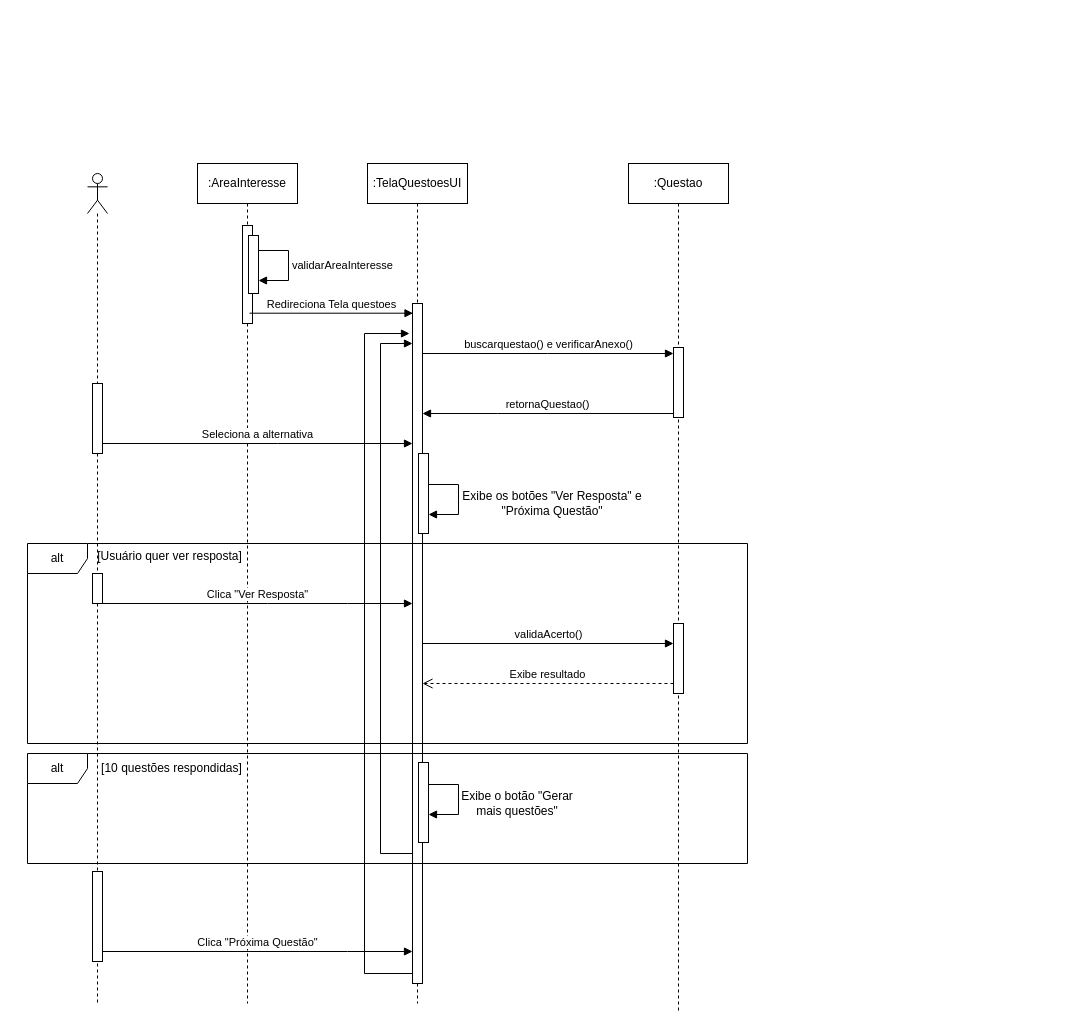
augustorazani/QENEM-UML-Diagram keeps this draw.io diagram as Diagrama sem nome.drawio. Above is the earlier version. Source tidied: cells renumbered, new cells numbered last; positions are measured from the earlier drawing's top-left corner, leaving out a move shared by most shapes. Both pictures are drawn from the tidied source at 100%, with x=0, y=0 at pixel (27, 163).
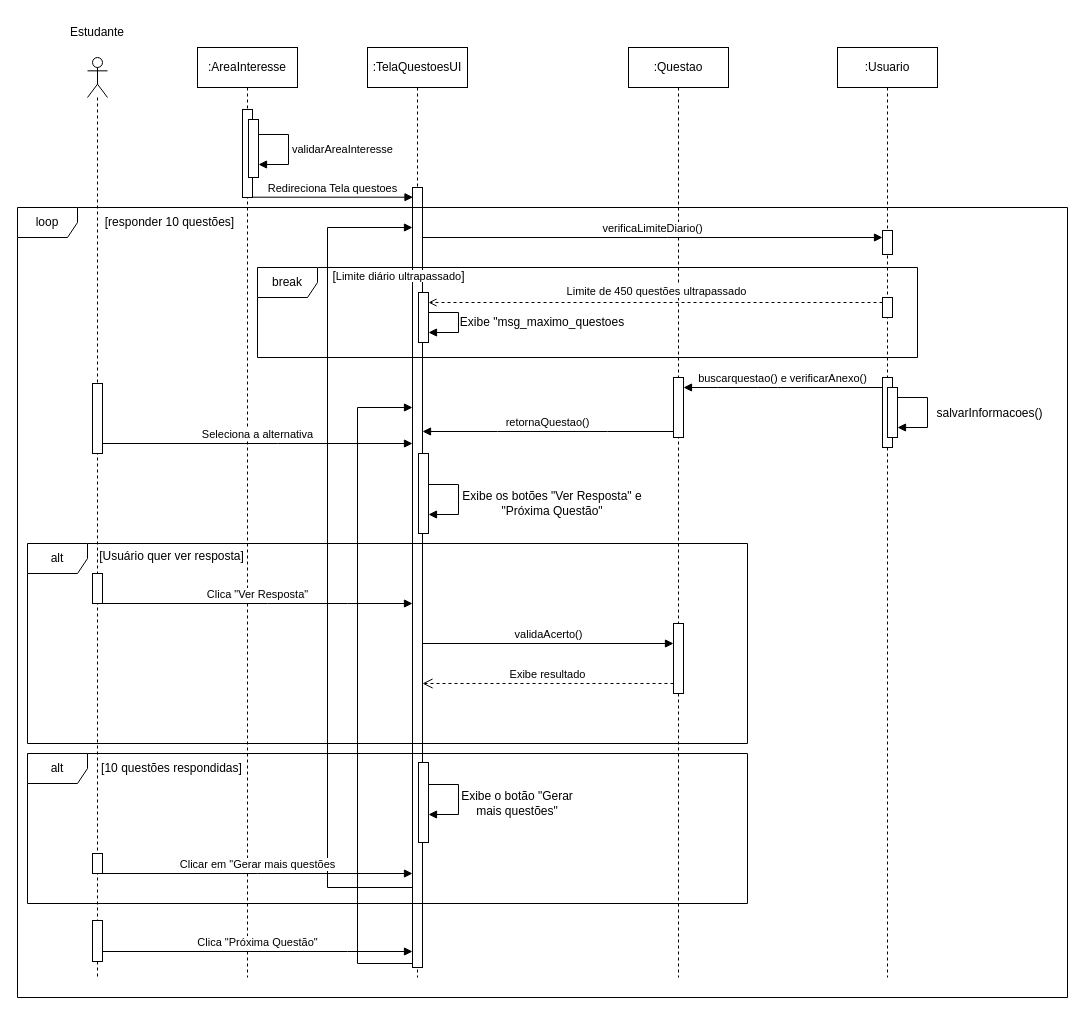
The same diagram, later.

The change refers to these unchanged cells:
```xml
<mxCell id="23" style="html=1;points=[[0,0,0,0,5],[0,1,0,0,-5],[1,0,0,0,5],[1,1,0,0,-5]];perimeter=orthogonalPerimeter;outlineConnect=0;targetShapes=umlLifeline;portConstraint=eastwest;newEdgeStyle={&quot;curved&quot;:0,&quot;rounded&quot;:0};" parent="1" vertex="1">
  <mxGeometry x="65" y="410" width="10" height="30" as="geometry" />
</mxCell>
<mxCell id="26" style="html=1;points=[[0,0,0,0,5],[0,1,0,0,-5],[1,0,0,0,5],[1,1,0,0,-5]];perimeter=orthogonalPerimeter;outlineConnect=0;targetShapes=umlLifeline;portConstraint=eastwest;newEdgeStyle={&quot;curved&quot;:0,&quot;rounded&quot;:0};" parent="1" vertex="1">
  <mxGeometry x="646" y="460" width="10" height="70" as="geometry" />
</mxCell>
```

Diff of the diagram source:
```diff
@@
     <mxCell id="2" style="shape=umlLifeline;perimeter=lifelinePerimeter;whiteSpace=wrap;html=1;newEdgeStyle={&quot;curved&quot;:0,&quot;rounded&quot;:0};participant=umlActor;" parent="1" vertex="1">
-      <mxGeometry x="60" y="10" width="20" height="830" as="geometry" />
+      <mxGeometry x="60" y="-106" width="20" height="920" as="geometry" />
     </mxCell>
     <mxCell id="3" style="html=1;points=[[0,0,0,0,5],[0,1,0,0,-5],[1,0,0,0,5],[1,1,0,0,-5]];perimeter=orthogonalPerimeter;outlineConnect=0;targetShapes=umlLifeline;portConstraint=eastwest;newEdgeStyle={&quot;curved&quot;:0,&quot;rounded&quot;:0};" parent="2" vertex="1">
-      <mxGeometry x="5" y="210" width="10" height="70" as="geometry" />
+      <mxGeometry x="5" y="326" width="10" height="70" as="geometry" />
     </mxCell>
-    <mxCell id="4" style="html=1;perimeter=orthogonalPerimeter;targetShapes=umlLifeline;newEdgeStyle={&quot;curved&quot;:0,&quot;rounded&quot;:0};" parent="2" vertex="1">
-      <mxGeometry x="5" y="698" width="10" height="90" as="geometry" />
-    </mxCell>
+    <mxCell id="35" style="html=1;perimeter=orthogonalPerimeter;targetShapes=umlLifeline;newEdgeStyle={&quot;curved&quot;:0,&quot;rounded&quot;:0};" parent="2" vertex="1">
+      <mxGeometry x="5" y="796" width="10" height="20" as="geometry" />
+    </mxCell>
     <mxCell id="5" value=":TelaQuestoesUI" style="shape=umlLifeline;perimeter=lifelinePerimeter;whiteSpace=wrap;html=1;newEdgeStyle={&quot;curved&quot;:0,&quot;rounded&quot;:0};" parent="1" vertex="1">
-      <mxGeometry x="340" width="100" height="840" as="geometry" />
+      <mxGeometry x="340" y="-116" width="100" height="930" as="geometry" />
     </mxCell>
     <mxCell id="6" style="html=1;points=[[0,0,0,0,5],[0,1,0,0,-5],[1,0,0,0,5],[1,1,0,0,-5]];perimeter=orthogonalPerimeter;outlineConnect=0;targetShapes=umlLifeline;portConstraint=eastwest;newEdgeStyle={&quot;curved&quot;:0,&quot;rounded&quot;:0};" parent="5" vertex="1">
-      <mxGeometry x="45" y="140" width="10" height="680" as="geometry" />
+      <mxGeometry x="45" y="140" width="10" height="780" as="geometry" />
     </mxCell>
     <mxCell id="7" style="html=1;perimeter=orthogonalPerimeter;targetShapes=umlLifeline;newEdgeStyle={&quot;curved&quot;:0,&quot;rounded&quot;:0};" parent="5" vertex="1">
-      <mxGeometry x="51" y="290" width="10" height="80" as="geometry" />
+      <mxGeometry x="51" y="406" width="10" height="80" as="geometry" />
     </mxCell>
-    <mxCell id="8" style="html=1;align=left;spacingLeft=2;endArrow=block;rounded=0;edgeStyle=orthogonalEdgeStyle;curved=0;rounded=0;" parent="5" edge="1" source="6">
-      <mxGeometry relative="1" as="geometry">
-        <mxPoint x="42" y="170" as="targetPoint" />
-        <Array as="points">
-          <mxPoint x="-3" y="810" />
-          <mxPoint x="-3" y="170" />
-        </Array>
-      </mxGeometry>
-    </mxCell>
-    <mxCell id="9" style="html=1;align=left;spacingLeft=2;endArrow=block;rounded=0;edgeStyle=orthogonalEdgeStyle;curved=0;rounded=0;" parent="5" edge="1" source="6" target="6">
+    <mxCell id="9" style="html=1;align=left;spacingLeft=2;endArrow=block;rounded=0;edgeStyle=orthogonalEdgeStyle;curved=0;rounded=0;" parent="5" edge="1" source="6">
       <mxGeometry relative="1" as="geometry">
+        <mxPoint x="45" y="180" as="targetPoint" />
         <Array as="points">
-          <mxPoint x="13" y="690" />
-          <mxPoint x="13" y="180" />
+          <mxPoint x="-40" y="840" />
+          <mxPoint x="-40" y="180" />
         </Array>
       </mxGeometry>
     </mxCell>
+    <mxCell id="36" style="html=1;align=left;spacingLeft=2;endArrow=block;rounded=0;edgeStyle=orthogonalEdgeStyle;curved=0;rounded=0;" parent="5" edge="1" target="6">
+      <mxGeometry relative="1" as="geometry">
+        <mxPoint x="45" y="916" as="sourcePoint" />
+        <Array as="points">
+          <mxPoint x="-10" y="916" />
+          <mxPoint x="-10" y="360" />
+        </Array>
+      </mxGeometry>
+    </mxCell>
     <mxCell id="10" value=":Questao" style="shape=umlLifeline;perimeter=lifelinePerimeter;whiteSpace=wrap;html=1;newEdgeStyle={&quot;curved&quot;:0,&quot;rounded&quot;:0};" parent="1" vertex="1">
-      <mxGeometry x="601" width="100" height="850" as="geometry" />
+      <mxGeometry x="601" y="-116" width="100" height="930" as="geometry" />
     </mxCell>
     <mxCell id="11" style="html=1;points=[[0,0,0,0,5],[0,1,0,0,-5],[1,0,0,0,5],[1,1,0,0,-5]];perimeter=orthogonalPerimeter;outlineConnect=0;targetShapes=umlLifeline;portConstraint=eastwest;newEdgeStyle={&quot;curved&quot;:0,&quot;rounded&quot;:0};" parent="10" vertex="1">
-      <mxGeometry x="45" y="184" width="10" height="70" as="geometry" />
+      <mxGeometry x="45" y="330" width="10" height="60" as="geometry" />
     </mxCell>
     <mxCell id="12" value=":AreaInteresse" style="shape=umlLifeline;perimeter=lifelinePerimeter;whiteSpace=wrap;html=1;newEdgeStyle={&quot;curved&quot;:0,&quot;rounded&quot;:0};" parent="1" vertex="1">
-      <mxGeometry x="170" width="100" height="840" as="geometry" />
+      <mxGeometry x="170" y="-116" width="100" height="930" as="geometry" />
     </mxCell>
     <mxCell id="13" style="html=1;points=[[0,0,0,0,5],[0,1,0,0,-5],[1,0,0,0,5],[1,1,0,0,-5]];perimeter=orthogonalPerimeter;outlineConnect=0;targetShapes=umlLifeline;portConstraint=eastwest;newEdgeStyle={&quot;curved&quot;:0,&quot;rounded&quot;:0};" parent="12" vertex="1">
-      <mxGeometry x="45" y="62" width="10" height="98" as="geometry" />
+      <mxGeometry x="45" y="62" width="10" height="88" as="geometry" />
     </mxCell>
@@
-    <mxCell id="16" value="buscarquestao() e verificarAnexo()" style="html=1;verticalAlign=bottom;endArrow=block;curved=0;rounded=0;" parent="1" edge="1" source="6" target="11">
+    <mxCell id="16" value="buscarquestao() e verificarAnexo()" style="html=1;verticalAlign=bottom;endArrow=block;curved=0;rounded=0;" parent="1" edge="1">
       <mxGeometry relative="1" as="geometry">
+        <mxPoint x="855" y="224" as="sourcePoint" />
+        <mxPoint x="656" y="224" as="targetPoint" />
         <Array as="points">
-          <mxPoint x="520" y="190" />
+          <mxPoint x="750" y="224" />
+          <mxPoint x="730" y="224" />
+          <mxPoint x="690" y="224" />
         </Array>
       </mxGeometry>
     </mxCell>
-    <mxCell id="17" value="Redireciona Tela questoes" style="html=1;verticalAlign=bottom;endArrow=block;curved=0;rounded=0;" parent="1" edge="1">
+    <mxCell id="17" value="Redireciona Tela questoes" style="html=1;verticalAlign=bottom;endArrow=block;curved=0;rounded=0;" parent="1" edge="1" source="13">
       <mxGeometry relative="1" as="geometry">
-        <mxPoint x="222" y="149.7" as="sourcePoint" />
-        <mxPoint x="385.5" y="149.7" as="targetPoint" />
+        <mxPoint x="385.5" y="33.7" as="targetPoint" />
       </mxGeometry>
     </mxCell>
     <mxCell id="18" value="retornaQuestao()" style="html=1;verticalAlign=bottom;endArrow=block;curved=0;rounded=0;" parent="1" edge="1">
       <mxGeometry relative="1" as="geometry">
-        <mxPoint x="646" y="250" as="sourcePoint" />
-        <mxPoint x="395" y="250" as="targetPoint" />
+        <mxPoint x="646" y="268" as="sourcePoint" />
+        <mxPoint x="395" y="268" as="targetPoint" />
         <Array as="points">
-          <mxPoint x="470" y="250" />
+          <mxPoint x="580" y="268" />
+          <mxPoint x="470" y="268" />
         </Array>
       </mxGeometry>
     </mxCell>
-    <mxCell id="19" value="Seleciona a alternativa" style="html=1;verticalAlign=bottom;endArrow=block;curved=0;rounded=0;" parent="1" edge="1" source="3" target="6">
+    <mxCell id="19" value="Seleciona a alternativa" style="html=1;verticalAlign=bottom;endArrow=block;curved=0;rounded=0;" parent="1" edge="1" source="3">
       <mxGeometry relative="1" as="geometry">
+        <mxPoint x="385" y="280" as="targetPoint" />
         <Array as="points">
           <mxPoint x="250" y="280" />
         </Array>
       </mxGeometry>
     </mxCell>
@@
-    <mxCell id="24" value="Clica &quot;Ver Resposta&quot;" style="html=1;verticalAlign=bottom;endArrow=block;curved=0;rounded=0;" parent="1" edge="1" source="23" target="6">
+    <mxCell id="24" value="Clica &quot;Ver Resposta&quot;" style="html=1;verticalAlign=bottom;endArrow=block;curved=0;rounded=0;" parent="1" edge="1" source="23">
       <mxGeometry relative="1" as="geometry">
+        <mxPoint x="385" y="440" as="targetPoint" />
         <Array as="points">
           <mxPoint x="240" y="440" />
           <mxPoint x="320" y="440" />
         </Array>
       </mxGeometry>
     </mxCell>
-    <mxCell id="25" value="validaAcerto()" style="html=1;verticalAlign=bottom;endArrow=block;curved=0;rounded=0;" parent="1" edge="1" source="6" target="26">
-      <mxGeometry relative="1" as="geometry" />
+    <mxCell id="25" value="validaAcerto()" style="html=1;verticalAlign=bottom;endArrow=block;curved=0;rounded=0;" parent="1" edge="1" target="26">
+      <mxGeometry relative="1" as="geometry">
+        <mxPoint x="395" y="480" as="sourcePoint" />
+      </mxGeometry>
     </mxCell>
@@
-    <mxCell id="27" value="Exibe resultado" style="html=1;verticalAlign=bottom;endArrow=open;dashed=1;endSize=8;curved=0;rounded=0;" parent="1" edge="1" source="26" target="6">
+    <mxCell id="27" value="Exibe resultado" style="html=1;verticalAlign=bottom;endArrow=open;dashed=1;endSize=8;curved=0;rounded=0;" parent="1" edge="1" source="26">
       <mxGeometry relative="1" as="geometry">
+        <mxPoint x="395" y="520" as="targetPoint" />
         <Array as="points">
           <mxPoint x="520" y="520" />
         </Array>
       </mxGeometry>
     </mxCell>
     <mxCell id="28" value="[Usuário quer ver resposta]" style="text;html=1;align=center;verticalAlign=middle;whiteSpace=wrap;rounded=0;" parent="1" vertex="1">
-      <mxGeometry x="65" y="378" width="155" height="30" as="geometry" />
+      <mxGeometry x="67" y="378" width="155" height="30" as="geometry" />
     </mxCell>
@@
     <mxCell id="30" value="alt" style="shape=umlFrame;whiteSpace=wrap;html=1;" parent="1" vertex="1">
-      <mxGeometry y="590" width="720" height="110" as="geometry" />
+      <mxGeometry y="590" width="720" height="150" as="geometry" />
     </mxCell>
@@
+    <mxCell id="37" value="loop" style="shape=umlFrame;whiteSpace=wrap;html=1;" parent="1" vertex="1">
+      <mxGeometry x="-10" y="44" width="1050" height="790" as="geometry" />
+    </mxCell>
+    <mxCell id="38" value="[responder 10 questões]" style="text;html=1;align=center;verticalAlign=middle;whiteSpace=wrap;rounded=0;" parent="1" vertex="1">
+      <mxGeometry x="75" y="44" width="135" height="30" as="geometry" />
+    </mxCell>
+    <mxCell id="4" style="html=1;perimeter=orthogonalPerimeter;targetShapes=umlLifeline;newEdgeStyle={&quot;curved&quot;:0,&quot;rounded&quot;:0};" parent="1" vertex="1">
+      <mxGeometry x="65" y="757" width="10" height="41" as="geometry" />
+    </mxCell>
+    <mxCell id="39" value="Clicar em &quot;Gerar mais questões" style="html=1;verticalAlign=bottom;endArrow=block;curved=0;rounded=0;" parent="1" edge="1">
+      <mxGeometry relative="1" as="geometry">
+        <mxPoint x="75" y="710" as="sourcePoint" />
+        <mxPoint x="385" y="710" as="targetPoint" />
+        <Array as="points">
+          <mxPoint x="230" y="710" />
+        </Array>
+      </mxGeometry>
+    </mxCell>
+    <mxCell id="40" value=":Usuario" style="shape=umlLifeline;perimeter=lifelinePerimeter;whiteSpace=wrap;html=1;newEdgeStyle={&quot;curved&quot;:0,&quot;rounded&quot;:0};" parent="1" vertex="1">
+      <mxGeometry x="810" y="-116" width="100" height="930" as="geometry" />
+    </mxCell>
+    <mxCell id="41" style="html=1;points=[[0,0,0,0,5],[0,1,0,0,-5],[1,0,0,0,5],[1,1,0,0,-5]];perimeter=orthogonalPerimeter;outlineConnect=0;targetShapes=umlLifeline;portConstraint=eastwest;newEdgeStyle={&quot;curved&quot;:0,&quot;rounded&quot;:0};" parent="40" vertex="1">
+      <mxGeometry x="45" y="183" width="10" height="24" as="geometry" />
+    </mxCell>
+    <mxCell id="42" style="html=1;perimeter=orthogonalPerimeter;targetShapes=umlLifeline;newEdgeStyle={&quot;curved&quot;:0,&quot;rounded&quot;:0};" parent="40" vertex="1">
+      <mxGeometry x="45" y="330" width="10" height="70" as="geometry" />
+    </mxCell>
+    <mxCell id="43" style="html=1;perimeter=orthogonalPerimeter;targetShapes=umlLifeline;newEdgeStyle={&quot;curved&quot;:0,&quot;rounded&quot;:0};" parent="40" vertex="1">
+      <mxGeometry x="50" y="340" width="10" height="50" as="geometry" />
+    </mxCell>
+    <mxCell id="44" value="verificaLimiteDiario()" style="html=1;verticalAlign=bottom;endArrow=block;curved=0;rounded=0;" parent="1" edge="1" source="6" target="41">
+      <mxGeometry relative="1" as="geometry">
+        <Array as="points">
+          <mxPoint x="640" y="74" />
+        </Array>
+      </mxGeometry>
+    </mxCell>
+    <mxCell id="45" value="break" style="shape=umlFrame;whiteSpace=wrap;html=1;" parent="1" vertex="1">
+      <mxGeometry x="230" y="104" width="660" height="90" as="geometry" />
+    </mxCell>
+    <mxCell id="46" style="html=1;perimeter=orthogonalPerimeter;targetShapes=umlLifeline;newEdgeStyle={&quot;curved&quot;:0,&quot;rounded&quot;:0};" parent="1" vertex="1">
+      <mxGeometry x="855" y="134" width="10" height="20" as="geometry" />
+    </mxCell>
+    <mxCell id="47" style="html=1;verticalAlign=bottom;endArrow=open;curved=0;rounded=0;exitX=0;exitY=0;exitDx=0;exitDy=5;exitPerimeter=0;dashed=1;endFill=0;" parent="1" edge="1" target="49">
+      <mxGeometry relative="1" as="geometry">
+        <mxPoint x="855" y="139" as="sourcePoint" />
+      </mxGeometry>
+    </mxCell>
+    <mxCell id="48" value="Limite de 450 questões ultrapassado" style="edgeLabel;html=1;align=center;verticalAlign=middle;" parent="47" vertex="1">
+      <mxGeometry y="-1" relative="1" as="geometry">
+        <mxPoint y="-11" as="offset" />
+      </mxGeometry>
+    </mxCell>
+    <mxCell id="49" style="html=1;points=[[0,0,0,0,5],[0,1,0,0,-5],[1,0,0,0,5],[1,1,0,0,-5]];perimeter=orthogonalPerimeter;outlineConnect=0;targetShapes=umlLifeline;portConstraint=eastwest;newEdgeStyle={&quot;curved&quot;:0,&quot;rounded&quot;:0};" parent="1" vertex="1">
+      <mxGeometry x="391" y="129" width="10" height="50" as="geometry" />
+    </mxCell>
+    <mxCell id="50" style="html=1;align=left;spacingLeft=2;endArrow=block;rounded=0;edgeStyle=orthogonalEdgeStyle;curved=0;rounded=0;" parent="1" edge="1" target="49">
+      <mxGeometry relative="1" as="geometry">
+        <mxPoint x="401" y="149" as="sourcePoint" />
+        <Array as="points">
+          <mxPoint x="431" y="149" />
+          <mxPoint x="431" y="169" />
+        </Array>
+      </mxGeometry>
+    </mxCell>
+    <mxCell id="51" value="Exibe &quot;msg_maximo_questoes" style="text;html=1;align=center;verticalAlign=middle;whiteSpace=wrap;rounded=0;" parent="1" vertex="1">
+      <mxGeometry x="420" y="139" width="190" height="40" as="geometry" />
+    </mxCell>
+    <mxCell id="52" style="html=1;align=left;spacingLeft=2;endArrow=block;rounded=0;edgeStyle=orthogonalEdgeStyle;curved=0;rounded=0;" parent="1" edge="1">
+      <mxGeometry relative="1" as="geometry">
+        <mxPoint x="870" y="234" as="sourcePoint" />
+        <mxPoint x="870" y="264" as="targetPoint" />
+        <Array as="points">
+          <mxPoint x="900" y="234" />
+          <mxPoint x="900" y="264" />
+        </Array>
+      </mxGeometry>
+    </mxCell>
+    <mxCell id="53" value="salvarInformacoes()" style="text;html=1;align=center;verticalAlign=middle;whiteSpace=wrap;rounded=0;" parent="1" vertex="1">
+      <mxGeometry x="897" y="230" width="131" height="40" as="geometry" />
+    </mxCell>
+    <mxCell id="54" value="[&lt;span style=&quot;font-size: 11px; text-wrap-mode: nowrap; background-color: rgb(255, 255, 255);&quot;&gt;Limite diário ultrapassado&lt;/span&gt;]" style="text;html=1;align=center;verticalAlign=middle;whiteSpace=wrap;rounded=0;" parent="1" vertex="1">
+      <mxGeometry x="294" y="98" width="155" height="30" as="geometry" />
+    </mxCell>
+    <mxCell id="55" value="Estudante" style="text;html=1;align=center;verticalAlign=middle;whiteSpace=wrap;rounded=0;" parent="1" vertex="1">
+      <mxGeometry x="40" y="-146" width="60" height="30" as="geometry" />
+    </mxCell>
```
